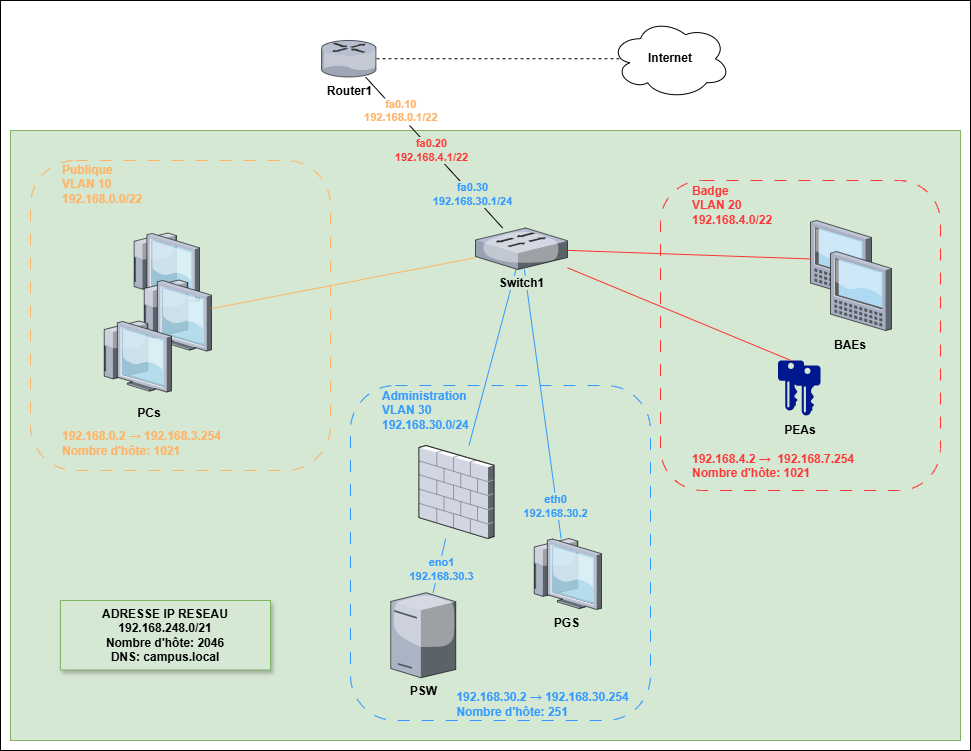
This is PartieCommune/Reseau/InfraReseau(finale).png from RobinMartineau/Acc-s-campus-, a draw.io export, as it was before one commit. Source tidied: cells renumbered, new cells last; positions are measured from the earlier drawing's top-left corner, leaving out a move shared by most shapes.
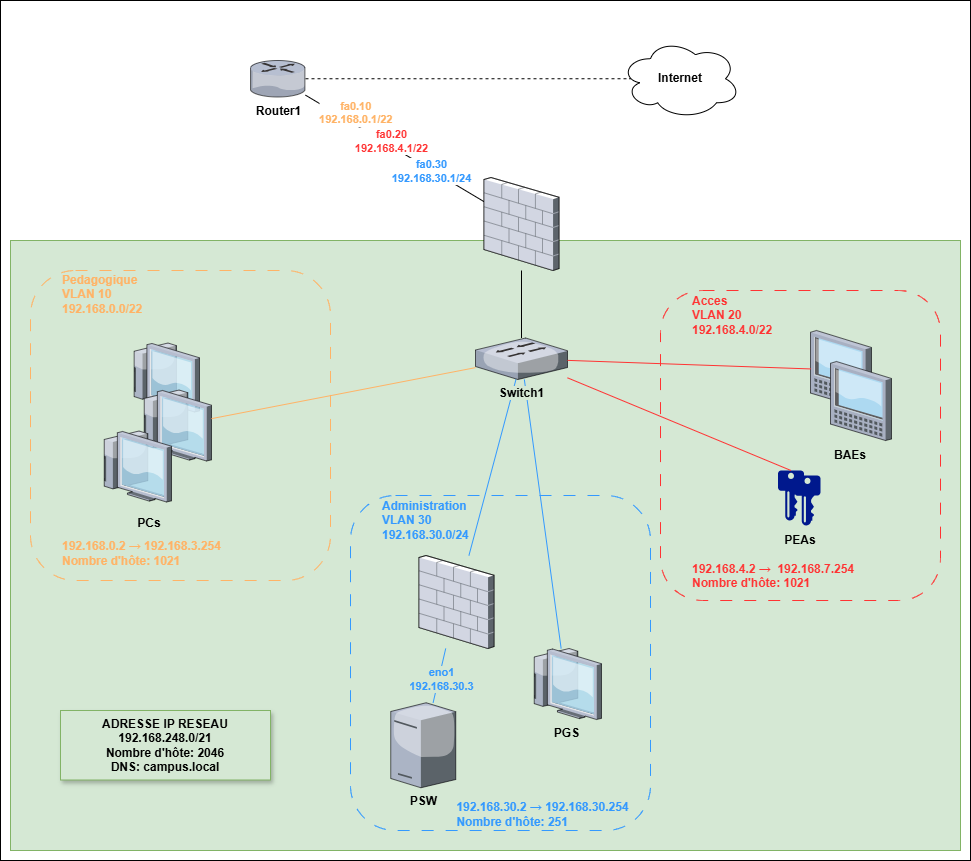
After the change.

Commit message:
Modif du nom des vlan et ajout de l'ACL sur le schemas reseau

The edit, as a diff of the source:
```diff
@@ -3,7 +3,7 @@
     <mxCell id="0" />
     <mxCell id="1" parent="0" />
     <mxCell id="2" style="rounded=0;whiteSpace=wrap;html=1;" parent="1" vertex="1">
-      <mxGeometry width="970" height="750" as="geometry" />
+      <mxGeometry y="-110" width="970" height="860" as="geometry" />
     </mxCell>
     <mxCell id="3" style="rounded=0;whiteSpace=wrap;html=1;fillColor=#d5e8d4;strokeColor=#82b366;" parent="1" vertex="1">
       <mxGeometry x="10" y="130" width="950" height="610" as="geometry" />
@@ -35,11 +35,6 @@
     <mxCell id="12" style="endArrow=none;html=1;rounded=0;strokeColor=#3399FF;" parent="1" edge="1" source="8" target="15">
       <mxGeometry relative="1" as="geometry" />
     </mxCell>
-    <mxCell id="13" value="eth0&lt;div&gt;192.168.30.2&lt;/div&gt;" style="edgeLabel;html=1;align=center;verticalAlign=middle;labelBackgroundColor=light-dark(#d5e8d4, #214210);fontStyle=1;fontColor=#3399FF;" parent="12" vertex="1">
-      <mxGeometry x="0.15" y="-2" relative="1" as="geometry">
-        <mxPoint x="13" y="122" as="offset" />
-      </mxGeometry>
-    </mxCell>
     <mxCell id="14" style="endArrow=none;html=1;rounded=0;strokeColor=#3399FF;" parent="1" edge="1" source="37" target="15">
       <mxGeometry relative="1" as="geometry" />
     </mxCell>
@@ -53,9 +48,9 @@
       <mxGeometry x="390.2" y="592.2" width="65" height="85" as="geometry" />
     </mxCell>
     <mxCell id="18" value="&lt;b&gt;Router1&lt;/b&gt;" style="verticalLabelPosition=bottom;sketch=0;html=1;verticalAlign=top;strokeColor=none;align=center;outlineConnect=0;shape=mxgraph.citrix.router;" parent="1" vertex="1">
-      <mxGeometry x="321" y="40" width="55" height="36.5" as="geometry" />
+      <mxGeometry x="250" y="-50" width="55" height="36.5" as="geometry" />
     </mxCell>
-    <mxCell id="19" style="endArrow=none;html=1;rounded=0;" parent="1" edge="1" source="15" target="18">
+    <mxCell id="19" style="endArrow=none;html=1;rounded=0;" parent="1" edge="1" source="44" target="18">
       <mxGeometry relative="1" as="geometry" />
     </mxCell>
     <mxCell id="20" value="fa0.10&#10;192.168.0.1/22" style="edgeLabel;align=center;verticalAlign=middle;labelBackgroundColor=default;textShadow=0;fontStyle=1;fontColor=#FFB366;" parent="19" vertex="1">
@@ -63,18 +58,10 @@
         <mxPoint x="-13" y="-23" as="offset" />
       </mxGeometry>
     </mxCell>
-    <mxCell id="21" value="&lt;font style=&quot;&quot;&gt;&lt;span style=&quot;font-weight: 700;&quot;&gt;fa0.20&lt;/span&gt;&lt;br style=&quot;padding: 0px; margin: 0px; font-weight: 700;&quot;&gt;&lt;span style=&quot;font-weight: 700;&quot;&gt;192.168.4.1/22&lt;/span&gt;&lt;/font&gt;" style="edgeLabel;html=1;align=center;verticalAlign=middle;fontColor=#FF3333;labelBackgroundColor=#D5E8D4;" parent="19" vertex="1">
-      <mxGeometry x="-0.52" y="1" relative="1" as="geometry">
-        <mxPoint x="-38" y="-42" as="offset" />
-      </mxGeometry>
-    </mxCell>
-    <mxCell id="22" value="&lt;span style=&quot;font-weight: 700;&quot;&gt;fa0.30&lt;/span&gt;&lt;br style=&quot;padding: 0px; margin: 0px; font-weight: 700;&quot;&gt;&lt;span style=&quot;font-weight: 700;&quot;&gt;192.168.30.1/24&lt;/span&gt;" style="edgeLabel;html=1;align=center;verticalAlign=middle;fontColor=#3399FF;labelBackgroundColor=#D5E8D4;" parent="19" vertex="1">
-      <mxGeometry x="-0.54" relative="1" as="geometry" />
-    </mxCell>
     <mxCell id="23" value="192.168.4.2 →&amp;nbsp; 192.168.7.254&amp;nbsp;&lt;div&gt;Nombre d'hôte: 1021&lt;/div&gt;" style="text;whiteSpace=wrap;html=1;fontColor=#FF3333;fontStyle=1;" parent="1" vertex="1">
       <mxGeometry x="690" y="445" width="230" height="40" as="geometry" />
     </mxCell>
-    <mxCell id="24" value="&lt;div&gt;Badge&lt;/div&gt;VLAN 20&lt;div&gt;192.168.4.0/22&lt;/div&gt;" style="text;html=1;align=left;verticalAlign=middle;whiteSpace=wrap;rounded=0;fontColor=#FF3333;fontStyle=1;" parent="1" vertex="1">
+    <mxCell id="24" value="&lt;div&gt;Acces&lt;/div&gt;VLAN 20&lt;div&gt;192.168.4.0/22&lt;/div&gt;" style="text;html=1;align=left;verticalAlign=middle;whiteSpace=wrap;rounded=0;fontColor=#FF3333;fontStyle=1;" parent="1" vertex="1">
       <mxGeometry x="690" y="190" width="120" height="30" as="geometry" />
     </mxCell>
     <mxCell id="25" style="endArrow=none;html=1;rounded=0;entryX=0.5;entryY=0;entryDx=0;entryDy=0;entryPerimeter=0;strokeColor=#FF3333;" parent="1" edge="1" source="15" target="7">
@@ -89,7 +76,7 @@
     <mxCell id="28" value="PEAs" style="text;html=1;align=center;verticalAlign=middle;whiteSpace=wrap;rounded=0;fontStyle=1;" parent="1" vertex="1">
       <mxGeometry x="770" y="415" width="60" height="30" as="geometry" />
     </mxCell>
-    <mxCell id="29" value="Publique&lt;div&gt;&lt;font&gt;VLAN 10&lt;/font&gt;&lt;/div&gt;&lt;div&gt;&lt;font&gt;192.168.0.0/22&lt;/font&gt;&lt;/div&gt;" style="text;html=1;align=left;verticalAlign=middle;whiteSpace=wrap;rounded=0;fontStyle=1;fontColor=#FFB366;" parent="1" vertex="1">
+    <mxCell id="29" value="Pedagogique&lt;br&gt;&lt;div&gt;&lt;font&gt;VLAN 10&lt;/font&gt;&lt;/div&gt;&lt;div&gt;&lt;font&gt;192.168.0.0/22&lt;/font&gt;&lt;/div&gt;" style="text;html=1;align=left;verticalAlign=middle;whiteSpace=wrap;rounded=0;fontStyle=1;fontColor=#FFB366;" parent="1" vertex="1">
       <mxGeometry x="60" y="169" width="60" height="30" as="geometry" />
     </mxCell>
     <mxCell id="30" value="PCs" style="text;html=1;align=center;verticalAlign=middle;whiteSpace=wrap;rounded=0;fontStyle=1;" parent="1" vertex="1">
@@ -111,7 +98,7 @@
       <mxGeometry relative="1" as="geometry" />
     </mxCell>
     <mxCell id="36" value="&lt;b&gt;Internet&lt;/b&gt;" style="ellipse;shape=cloud;whiteSpace=wrap;html=1;" parent="1" vertex="1">
-      <mxGeometry x="610" y="18.2" width="120" height="80" as="geometry" />
+      <mxGeometry x="620" y="-71.8" width="120" height="80" as="geometry" />
     </mxCell>
     <mxCell id="37" style="verticalLabelPosition=bottom;sketch=0;html=1;verticalAlign=top;strokeColor=none;align=center;outlineConnect=0;shape=mxgraph.citrix.firewall;" parent="1" vertex="1">
       <mxGeometry x="418.5" y="445" width="75" height="93" as="geometry" />
@@ -133,5 +120,21 @@
     <mxCell id="42" value="&lt;span style=&quot;text-align: left;&quot;&gt;192.168.30.2 → 192.168.30.254&lt;/span&gt;&lt;br style=&quot;text-align: left;&quot;&gt;&lt;div style=&quot;text-align: left;&quot;&gt;Nombre d'hôte: 251&lt;/div&gt;" style="text;html=1;align=center;verticalAlign=middle;whiteSpace=wrap;rounded=0;fontColor=#3399FF;fontStyle=1;" parent="1" vertex="1">
       <mxGeometry x="430" y="688.6" width="225" height="30" as="geometry" />
     </mxCell>
+    <mxCell id="43" style="endArrow=none;html=1;rounded=0;" parent="1" edge="1" source="15" target="44">
+      <mxGeometry relative="1" as="geometry" />
+    </mxCell>
+    <mxCell id="21" value="&lt;font style=&quot;&quot;&gt;&lt;span style=&quot;font-weight: 700;&quot;&gt;fa0.20&lt;/span&gt;&lt;br style=&quot;padding: 0px; margin: 0px; font-weight: 700;&quot;&gt;&lt;span style=&quot;font-weight: 700;&quot;&gt;192.168.4.1/22&lt;/span&gt;&lt;/font&gt;" style="edgeLabel;html=1;align=center;verticalAlign=middle;fontColor=#FF3333;labelBackgroundColor=#FFFFFF;" parent="43" vertex="1">
+      <mxGeometry x="-0.52" y="1" relative="1" as="geometry">
+        <mxPoint x="-130" y="-181" as="offset" />
+      </mxGeometry>
+    </mxCell>
+    <mxCell id="22" value="&lt;span style=&quot;font-weight: 700;&quot;&gt;fa0.30&lt;/span&gt;&lt;br style=&quot;padding: 0px; margin: 0px; font-weight: 700;&quot;&gt;&lt;span style=&quot;font-weight: 700;&quot;&gt;192.168.30.1/24&lt;/span&gt;" style="edgeLabel;html=1;align=center;verticalAlign=middle;fontColor=#3399FF;labelBackgroundColor=#FFFFFF;" parent="43" vertex="1">
+      <mxGeometry x="-0.54" relative="1" as="geometry">
+        <mxPoint x="-91" y="-152" as="offset" />
+      </mxGeometry>
+    </mxCell>
+    <mxCell id="44" style="verticalLabelPosition=bottom;sketch=0;html=1;verticalAlign=top;strokeColor=none;align=center;outlineConnect=0;shape=mxgraph.citrix.firewall;" parent="1" vertex="1">
+      <mxGeometry x="483.5" y="67" width="75" height="93" as="geometry" />
+    </mxCell>
   </root>
 </mxGraphModel>
```
